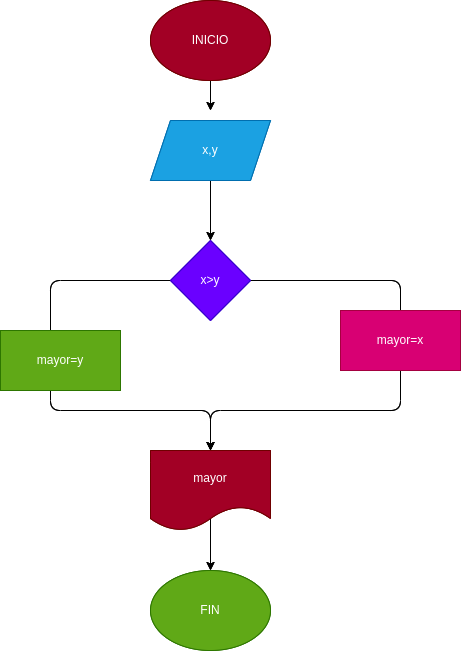
The draw.io diagram diagrama.png in futbolero06/mayor_2enteros, before a commit. Source tidied: cells renumbered, new cells last; positions are measured from the earlier drawing's top-left corner, leaving out a move shared by most shapes. Source of this version:
```xml
<mxGraphModel>
  <root>
    <mxCell id="0" />
    <mxCell id="1" parent="0" />
    <mxCell id="2" style="edgeStyle=none;html=1;" parent="1" edge="1" source="3">
      <mxGeometry relative="1" as="geometry">
        <mxPoint x="210" y="110" as="targetPoint" />
      </mxGeometry>
    </mxCell>
    <mxCell id="3" value="INICIO" style="ellipse;whiteSpace=wrap;html=1;fillColor=#a20025;fontColor=#ffffff;strokeColor=#6F0000;" parent="1" vertex="1">
      <mxGeometry x="150" width="120" height="80" as="geometry" />
    </mxCell>
    <mxCell id="4" style="edgeStyle=none;html=1;" parent="1" edge="1" source="5" target="8">
      <mxGeometry relative="1" as="geometry" />
    </mxCell>
    <mxCell id="5" value="x,y" style="shape=parallelogram;perimeter=parallelogramPerimeter;whiteSpace=wrap;html=1;fixedSize=1;fillColor=#1ba1e2;fontColor=#ffffff;strokeColor=#006EAF;" parent="1" vertex="1">
      <mxGeometry x="150" y="120" width="120" height="60" as="geometry" />
    </mxCell>
    <mxCell id="6" style="edgeStyle=none;html=1;" parent="1" edge="1" source="8">
      <mxGeometry relative="1" as="geometry">
        <mxPoint x="210" y="450" as="targetPoint" />
        <Array as="points">
          <mxPoint x="400" y="280" />
          <mxPoint x="400" y="410" />
          <mxPoint x="210" y="410" />
        </Array>
      </mxGeometry>
    </mxCell>
    <mxCell id="7" style="edgeStyle=none;html=1;" parent="1" edge="1" source="8">
      <mxGeometry relative="1" as="geometry">
        <mxPoint x="210" y="450" as="targetPoint" />
        <Array as="points">
          <mxPoint x="50" y="280" />
          <mxPoint x="50" y="410" />
          <mxPoint x="210" y="410" />
        </Array>
      </mxGeometry>
    </mxCell>
    <mxCell id="8" value="x&amp;gt;y" style="rhombus;whiteSpace=wrap;html=1;fillColor=#6a00ff;fontColor=#ffffff;strokeColor=#3700CC;" parent="1" vertex="1">
      <mxGeometry x="170" y="240" width="80" height="80" as="geometry" />
    </mxCell>
    <mxCell id="9" style="edgeStyle=none;html=1;" parent="1" edge="1" target="12">
      <mxGeometry relative="1" as="geometry">
        <mxPoint x="210" y="510" as="sourcePoint" />
      </mxGeometry>
    </mxCell>
    <mxCell id="10" value="mayor=x" style="rounded=0;whiteSpace=wrap;html=1;fillColor=#d80073;fontColor=#ffffff;strokeColor=#A50040;" parent="1" vertex="1">
      <mxGeometry x="340" y="310" width="120" height="60" as="geometry" />
    </mxCell>
    <mxCell id="11" value="mayor=y" style="rounded=0;whiteSpace=wrap;html=1;fillColor=#60a917;fontColor=#ffffff;strokeColor=#2D7600;" parent="1" vertex="1">
      <mxGeometry y="330" width="120" height="60" as="geometry" />
    </mxCell>
    <mxCell id="12" value="FIN" style="ellipse;whiteSpace=wrap;html=1;fillColor=#60a917;fontColor=#ffffff;strokeColor=#2D7600;" parent="1" vertex="1">
      <mxGeometry x="150" y="570" width="120" height="80" as="geometry" />
    </mxCell>
    <mxCell id="13" value="mayor" style="shape=document;whiteSpace=wrap;html=1;boundedLbl=1;fillColor=#a20025;fontColor=#ffffff;strokeColor=#6F0000;" parent="1" vertex="1">
      <mxGeometry x="150" y="450" width="120" height="80" as="geometry" />
    </mxCell>
    <mxCell id="14" style="edgeStyle=none;html=1;" parent="1" edge="1" source="15">
      <mxGeometry relative="1" as="geometry">
        <mxPoint x="210" y="110" as="targetPoint" />
      </mxGeometry>
    </mxCell>
    <mxCell id="15" value="INICIO" style="ellipse;whiteSpace=wrap;html=1;fillColor=#a20025;fontColor=#ffffff;strokeColor=#6F0000;" parent="1" vertex="1">
      <mxGeometry x="150" width="120" height="80" as="geometry" />
    </mxCell>
    <mxCell id="16" style="edgeStyle=none;html=1;" parent="1" edge="1" source="17" target="20">
      <mxGeometry relative="1" as="geometry" />
    </mxCell>
    <mxCell id="17" value="x,y" style="shape=parallelogram;perimeter=parallelogramPerimeter;whiteSpace=wrap;html=1;fixedSize=1;fillColor=#1ba1e2;fontColor=#ffffff;strokeColor=#006EAF;" parent="1" vertex="1">
      <mxGeometry x="150" y="120" width="120" height="60" as="geometry" />
    </mxCell>
    <mxCell id="18" style="edgeStyle=none;html=1;" parent="1" edge="1" source="20">
      <mxGeometry relative="1" as="geometry">
        <mxPoint x="210" y="450" as="targetPoint" />
        <Array as="points">
          <mxPoint x="400" y="280" />
          <mxPoint x="400" y="410" />
          <mxPoint x="210" y="410" />
        </Array>
      </mxGeometry>
    </mxCell>
    <mxCell id="19" style="edgeStyle=none;html=1;" parent="1" edge="1" source="20">
      <mxGeometry relative="1" as="geometry">
        <mxPoint x="210" y="450" as="targetPoint" />
        <Array as="points">
          <mxPoint x="50" y="280" />
          <mxPoint x="50" y="410" />
          <mxPoint x="210" y="410" />
        </Array>
      </mxGeometry>
    </mxCell>
    <mxCell id="20" value="x&amp;gt;y" style="rhombus;whiteSpace=wrap;html=1;fillColor=#6a00ff;fontColor=#ffffff;strokeColor=#3700CC;" parent="1" vertex="1">
      <mxGeometry x="170" y="240" width="80" height="80" as="geometry" />
    </mxCell>
    <mxCell id="21" style="edgeStyle=none;html=1;" parent="1" edge="1" target="24">
      <mxGeometry relative="1" as="geometry">
        <mxPoint x="210" y="510" as="sourcePoint" />
      </mxGeometry>
    </mxCell>
    <mxCell id="22" value="mayor=x" style="rounded=0;whiteSpace=wrap;html=1;fillColor=#d80073;fontColor=#ffffff;strokeColor=#A50040;" parent="1" vertex="1">
      <mxGeometry x="340" y="310" width="120" height="60" as="geometry" />
    </mxCell>
    <mxCell id="23" value="mayor=y" style="rounded=0;whiteSpace=wrap;html=1;fillColor=#60a917;fontColor=#ffffff;strokeColor=#2D7600;" parent="1" vertex="1">
      <mxGeometry y="330" width="120" height="60" as="geometry" />
    </mxCell>
    <mxCell id="24" value="FIN" style="ellipse;whiteSpace=wrap;html=1;fillColor=#60a917;fontColor=#ffffff;strokeColor=#2D7600;" parent="1" vertex="1">
      <mxGeometry x="150" y="570" width="120" height="80" as="geometry" />
    </mxCell>
    <mxCell id="25" value="mayor" style="shape=document;whiteSpace=wrap;html=1;boundedLbl=1;fillColor=#a20025;fontColor=#ffffff;strokeColor=#6F0000;" parent="1" vertex="1">
      <mxGeometry x="150" y="450" width="120" height="80" as="geometry" />
    </mxCell>
  </root>
</mxGraphModel>
```
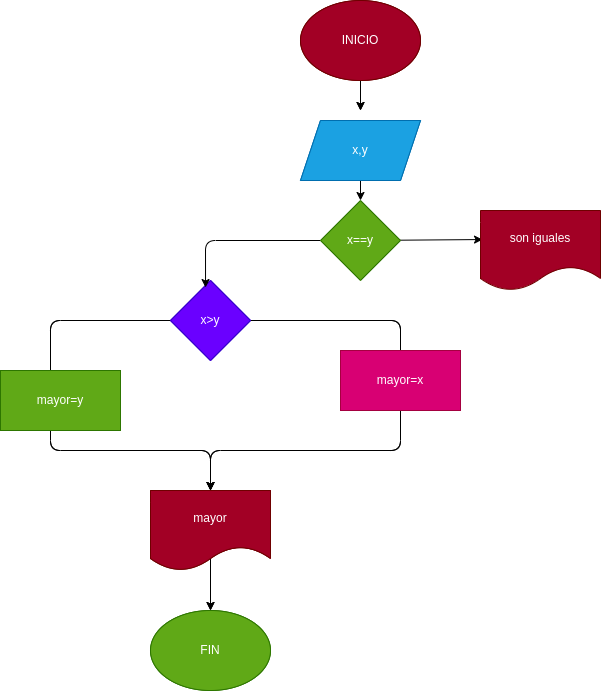
The same file after the commit.

Commit message:
se modifico el diagrama y se agrego al README

What changed in the source:
```diff
@@ -4,17 +4,14 @@
     <mxCell id="1" parent="0" />
     <mxCell id="2" style="edgeStyle=none;html=1;" parent="1" edge="1" source="3">
       <mxGeometry relative="1" as="geometry">
-        <mxPoint x="210" y="110" as="targetPoint" />
+        <mxPoint x="360" y="70" as="targetPoint" />
       </mxGeometry>
     </mxCell>
     <mxCell id="3" value="INICIO" style="ellipse;whiteSpace=wrap;html=1;fillColor=#a20025;fontColor=#ffffff;strokeColor=#6F0000;" parent="1" vertex="1">
-      <mxGeometry x="150" width="120" height="80" as="geometry" />
+      <mxGeometry x="300" y="-40" width="120" height="80" as="geometry" />
     </mxCell>
-    <mxCell id="4" style="edgeStyle=none;html=1;" parent="1" edge="1" source="5" target="8">
-      <mxGeometry relative="1" as="geometry" />
-    </mxCell>
     <mxCell id="5" value="x,y" style="shape=parallelogram;perimeter=parallelogramPerimeter;whiteSpace=wrap;html=1;fixedSize=1;fillColor=#1ba1e2;fontColor=#ffffff;strokeColor=#006EAF;" parent="1" vertex="1">
-      <mxGeometry x="150" y="120" width="120" height="60" as="geometry" />
+      <mxGeometry x="300" y="80" width="120" height="60" as="geometry" />
     </mxCell>
     <mxCell id="6" style="edgeStyle=none;html=1;" parent="1" edge="1" source="8">
       <mxGeometry relative="1" as="geometry">
@@ -58,17 +55,17 @@
     </mxCell>
     <mxCell id="14" style="edgeStyle=none;html=1;" parent="1" edge="1" source="15">
       <mxGeometry relative="1" as="geometry">
-        <mxPoint x="210" y="110" as="targetPoint" />
+        <mxPoint x="360" y="70" as="targetPoint" />
       </mxGeometry>
     </mxCell>
     <mxCell id="15" value="INICIO" style="ellipse;whiteSpace=wrap;html=1;fillColor=#a20025;fontColor=#ffffff;strokeColor=#6F0000;" parent="1" vertex="1">
-      <mxGeometry x="150" width="120" height="80" as="geometry" />
+      <mxGeometry x="300" y="-40" width="120" height="80" as="geometry" />
     </mxCell>
-    <mxCell id="16" style="edgeStyle=none;html=1;" parent="1" edge="1" source="17" target="20">
-      <mxGeometry relative="1" as="geometry" />
-    </mxCell>
+    <mxCell id="26" style="edgeStyle=none;html=1;" parent="1" edge="1" source="17" target="29">
+      <mxGeometry relative="1" as="geometry" />
+    </mxCell>
     <mxCell id="17" value="x,y" style="shape=parallelogram;perimeter=parallelogramPerimeter;whiteSpace=wrap;html=1;fixedSize=1;fillColor=#1ba1e2;fontColor=#ffffff;strokeColor=#006EAF;" parent="1" vertex="1">
-      <mxGeometry x="150" y="120" width="120" height="60" as="geometry" />
+      <mxGeometry x="300" y="80" width="120" height="60" as="geometry" />
     </mxCell>
     <mxCell id="18" style="edgeStyle=none;html=1;" parent="1" edge="1" source="20">
       <mxGeometry relative="1" as="geometry">
@@ -110,5 +107,21 @@
     <mxCell id="25" value="mayor" style="shape=document;whiteSpace=wrap;html=1;boundedLbl=1;fillColor=#a20025;fontColor=#ffffff;strokeColor=#6F0000;" parent="1" vertex="1">
       <mxGeometry x="150" y="450" width="120" height="80" as="geometry" />
     </mxCell>
+    <mxCell id="27" style="edgeStyle=none;html=1;entryX=0.438;entryY=0.088;entryDx=0;entryDy=0;entryPerimeter=0;" parent="1" edge="1" source="29" target="20">
+      <mxGeometry relative="1" as="geometry">
+        <Array as="points">
+          <mxPoint x="205" y="200" />
+        </Array>
+      </mxGeometry>
+    </mxCell>
+    <mxCell id="28" style="edgeStyle=none;html=1;entryX=0.017;entryY=0.363;entryDx=0;entryDy=0;entryPerimeter=0;" parent="1" edge="1" source="29" target="30">
+      <mxGeometry relative="1" as="geometry" />
+    </mxCell>
+    <mxCell id="29" value="x==y" style="rhombus;whiteSpace=wrap;html=1;fillColor=#60a917;fontColor=#ffffff;strokeColor=#2D7600;" parent="1" vertex="1">
+      <mxGeometry x="320" y="160" width="80" height="80" as="geometry" />
+    </mxCell>
+    <mxCell id="30" value="&lt;span style=&quot;color: rgb(255, 255, 255);&quot;&gt;son iguales&lt;/span&gt;" style="shape=document;whiteSpace=wrap;html=1;boundedLbl=1;fillColor=#a20025;fontColor=#ffffff;strokeColor=#6F0000;" parent="1" vertex="1">
+      <mxGeometry x="480" y="170" width="120" height="80" as="geometry" />
+    </mxCell>
   </root>
 </mxGraphModel>
```
